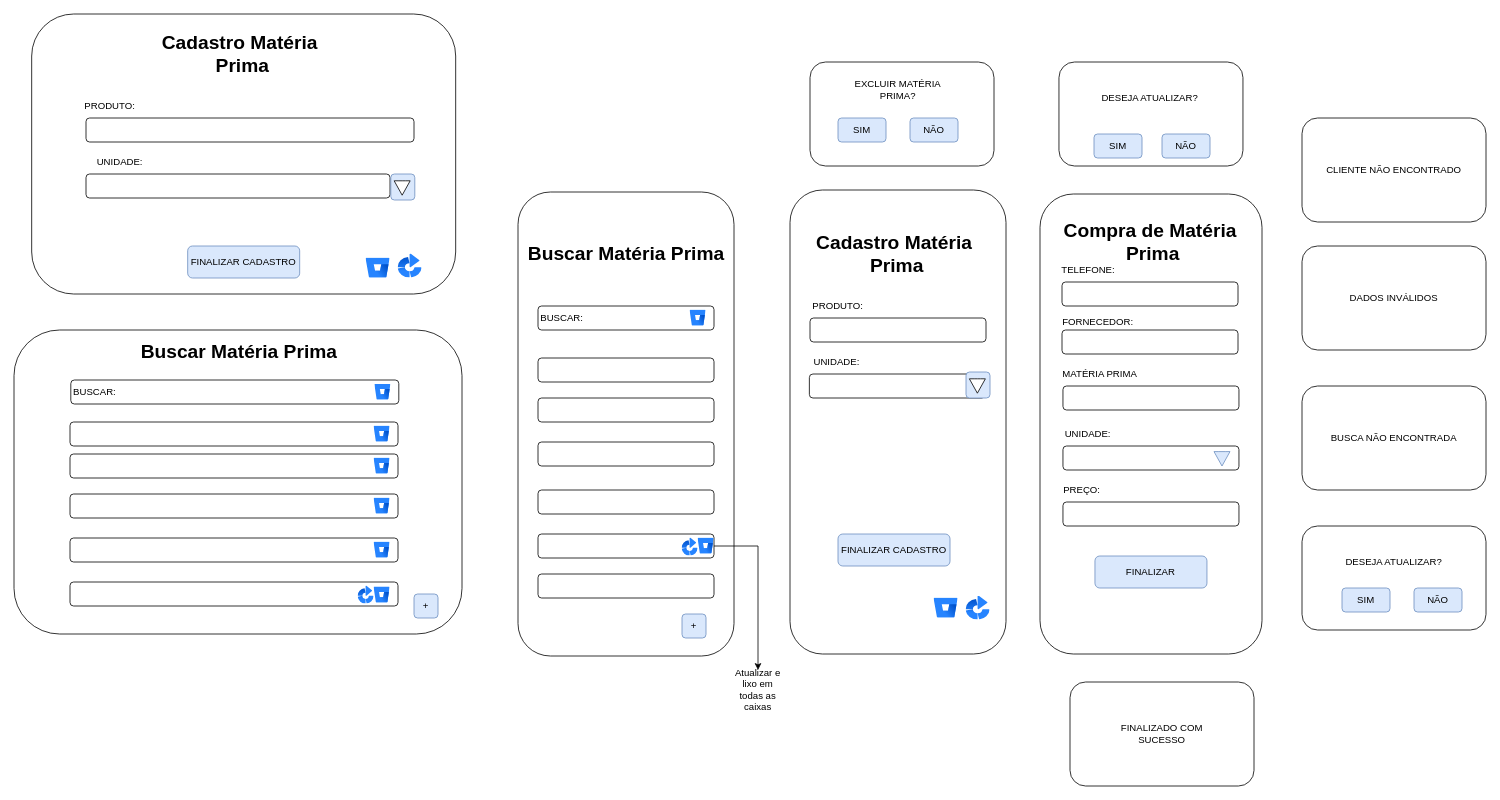
juliareis14/avatar.app keeps this draw.io diagram as page "Página-4" (4 of 14) of DOC/tela.drawio. Above is the earlier version. Source tidied: cells renumbered, new cells numbered last; positions are measured from the earlier drawing's top-left corner, leaving out a move shared by most shapes. Both pictures are drawn from the tidied source at 80%, with x=0, y=0 at pixel (14, 14).
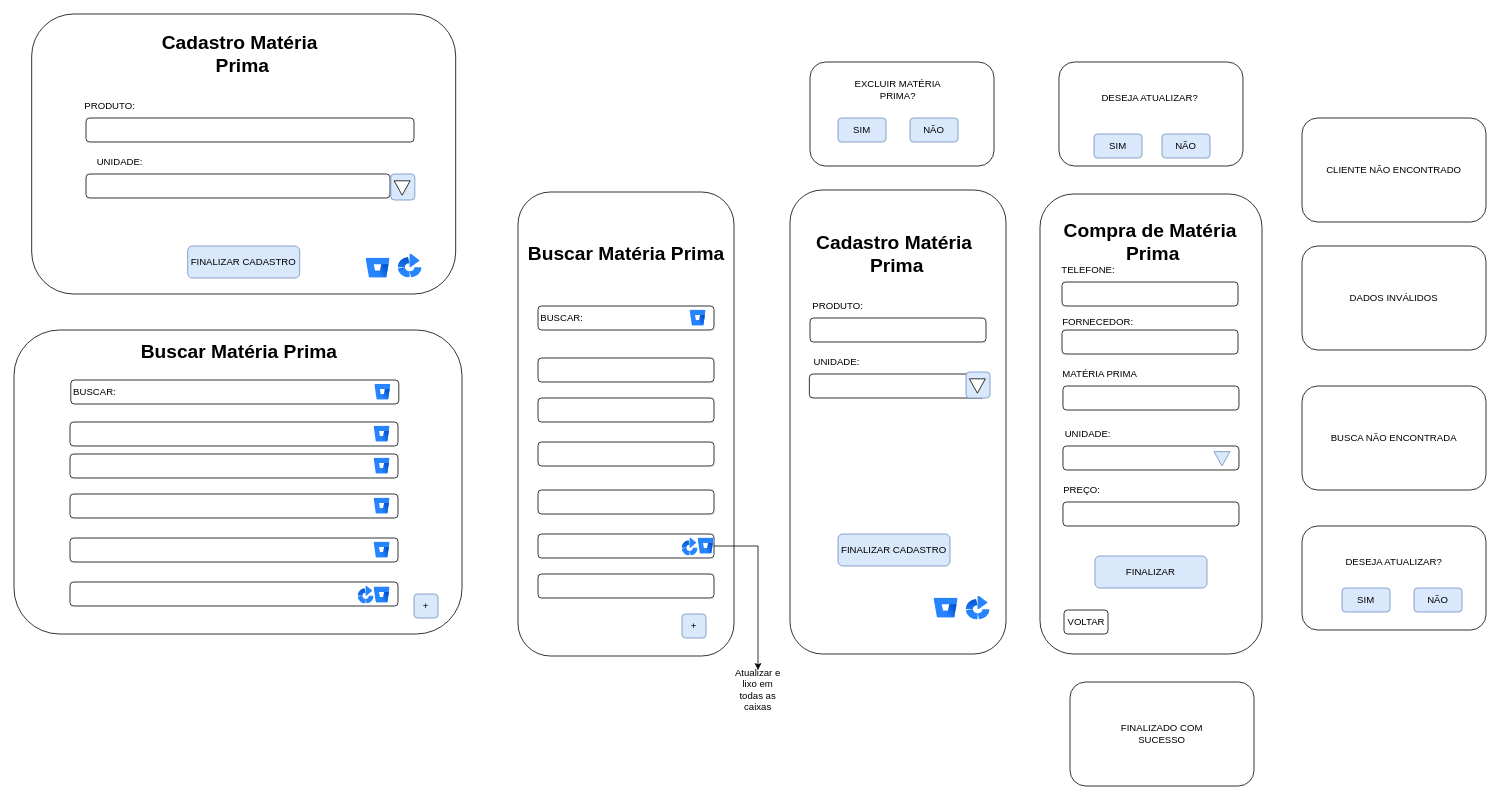
Above is the later version.

What changed in the source:
```diff
@@
-<mxGraphModel>
+<mxGraphModel background="#FFFFFF">
@@
+    <mxCell id="90" value="VOLTAR" style="rounded=1;whiteSpace=wrap;html=1;" parent="1" vertex="1">
+      <mxGeometry x="1312.5" y="745" width="55" height="30" as="geometry" />
+    </mxCell>
```
